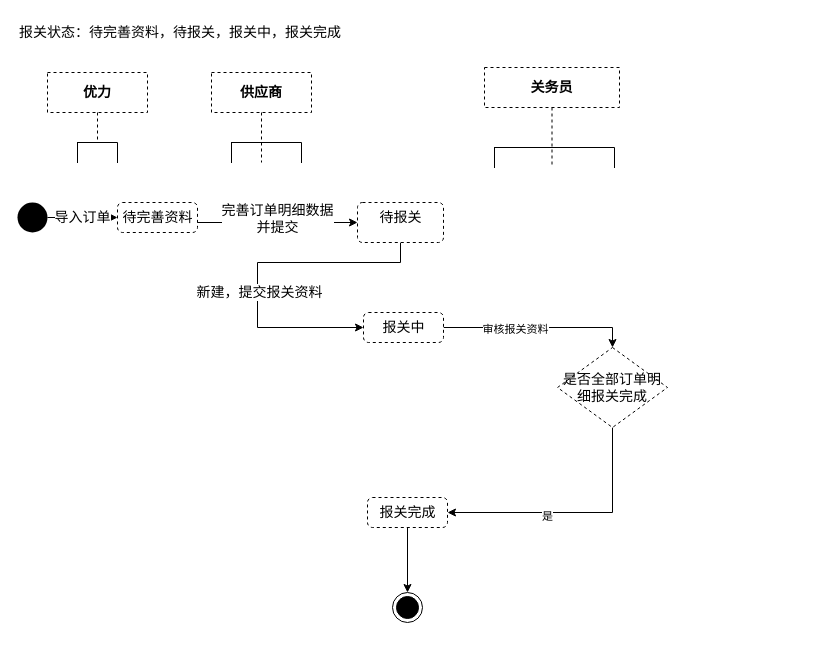
easefulfil/CLOUDCARE keeps this draw.io diagram as page "订单报关状态图-简化" (5 of 10) of shrine-doc/进区预约系统.drawio. Above is the earlier version. Source tidied: cells renumbered, new cells numbered last; positions are measured from the earlier drawing's top-left corner, leaving out a move shared by most shapes. Both pictures are drawn from the tidied source at 100%, with x=0, y=0 at pixel (17, 17).
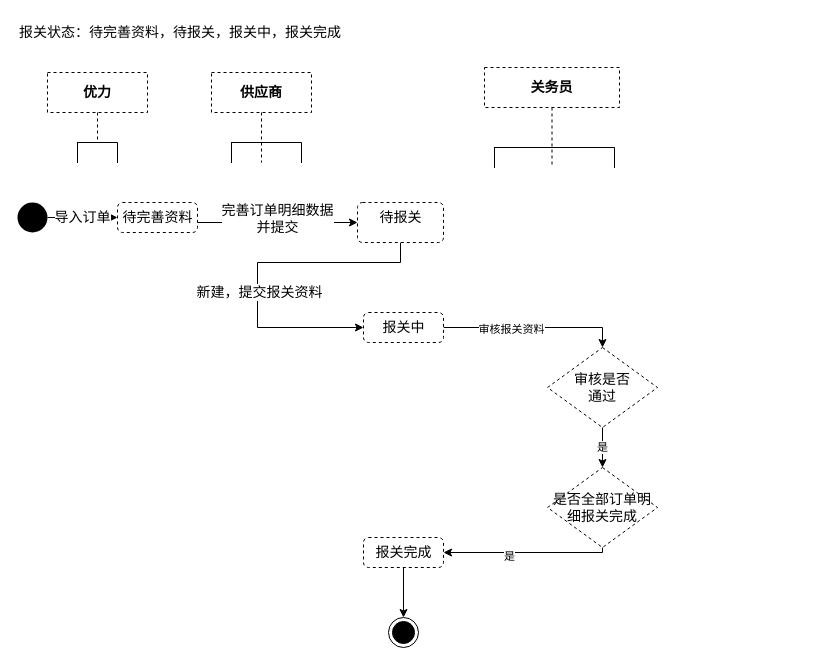
The same diagram, later.

The change refers to these unchanged cells:
```xml
<mxCell id="19" value="报关中" style="html=1;align=center;verticalAlign=top;rounded=1;absoluteArcSize=1;arcSize=10;dashed=1;fontSize=14;" parent="1" vertex="1">
  <mxGeometry x="346" y="295" width="80" height="30" as="geometry" />
</mxCell>
```

The edit, as a diff of the source:
```diff
@@
-    <mxCell id="17" style="edgeStyle=orthogonalEdgeStyle;rounded=0;jettySize=auto;html=1;entryX=0.5;entryY=0;entryDx=0;entryDy=0;" parent="1" edge="1" source="19" target="25">
+    <mxCell id="17" style="edgeStyle=orthogonalEdgeStyle;rounded=0;jettySize=auto;html=1;entryX=0.5;entryY=0;entryDx=0;entryDy=0;" parent="1" edge="1" source="19" target="26">
       <mxGeometry relative="1" as="geometry" />
     </mxCell>
@@
     <mxCell id="21" value="报关完成" style="html=1;align=center;verticalAlign=top;rounded=1;absoluteArcSize=1;arcSize=10;dashed=1;fontSize=14;" parent="1" vertex="1">
-      <mxGeometry x="350" y="480" width="80" height="30" as="geometry" />
+      <mxGeometry x="346" y="520" width="80" height="30" as="geometry" />
     </mxCell>
     <mxCell id="22" style="ellipse;html=1;shape=endState;fillColor=#000000;strokeColor=#000000;align=left;" parent="1" vertex="1">
-      <mxGeometry x="375" y="575" width="30" height="30" as="geometry" />
+      <mxGeometry x="371" y="600" width="30" height="30" as="geometry" />
     </mxCell>
     <mxCell id="23" style="edgeStyle=orthogonalEdgeStyle;rounded=0;jettySize=auto;html=1;entryX=1;entryY=0.5;entryDx=0;entryDy=0;" parent="1" edge="1" source="25" target="21">
       <mxGeometry relative="1" as="geometry">
         <Array as="points">
-          <mxPoint x="595" y="495" />
+          <mxPoint x="585" y="535" />
         </Array>
       </mxGeometry>
     </mxCell>
@@
     <mxCell id="25" value="是否全部订单明细报关完成" style="rhombus;whiteSpace=wrap;html=1;dashed=1;fontSize=14;" parent="1" vertex="1">
-      <mxGeometry x="540" y="330" width="110" height="80" as="geometry" />
+      <mxGeometry x="530" y="450" width="110" height="80" as="geometry" />
     </mxCell>
+    <mxCell id="26" value="审核是否&lt;br&gt;通过" style="rhombus;whiteSpace=wrap;html=1;dashed=1;fontSize=14;" parent="1" vertex="1">
+      <mxGeometry x="530" y="330" width="110" height="80" as="geometry" />
+    </mxCell>
+    <mxCell id="27" value="是" style="endArrow=classic;html=1;entryX=0.5;entryY=0;entryDx=0;entryDy=0;" parent="1" edge="1" source="26" target="25">
+      <mxGeometry relative="1" as="geometry" />
+    </mxCell>
```
